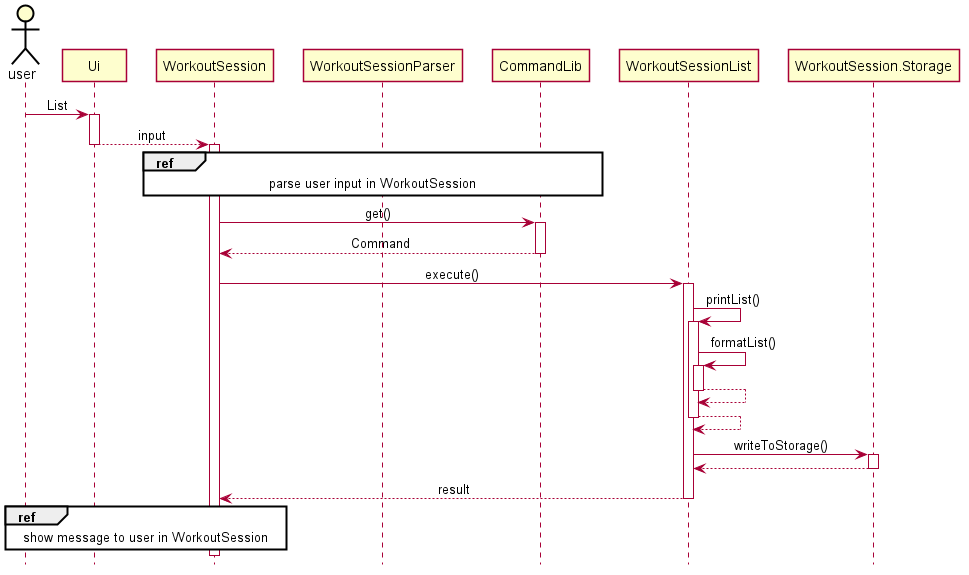
This is docs/pictures/jinyang/WorkoutSessionList.png from zsk612/tp, a PlantUML export, as it was before one commit.
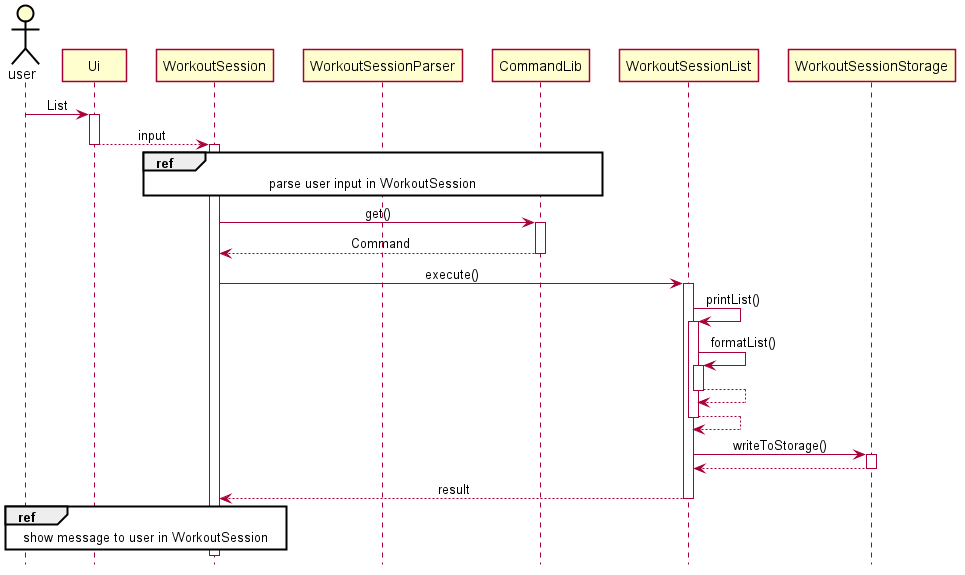
After the commit.

What changed in the source:
```diff
@@ -65,10 +65,10 @@
 WorkoutSessionList --> WorkoutSessionList
 deactivate WorkoutSessionList
 
-WorkoutSessionList -> WorkoutSession.Storage : writeToStorage()
-activate WorkoutSession.Storage
-WorkoutSession.Storage --> WorkoutSessionList
-deactivate WorkoutSession.Storage
+WorkoutSessionList -> WorkoutSessionStorage : writeToStorage()
+activate WorkoutSessionStorage
+WorkoutSessionStorage --> WorkoutSessionList
+deactivate WorkoutSessionStorage
 
 WorkoutSessionList --> WorkoutSession : result
 deactivate WorkoutSessionList
```
